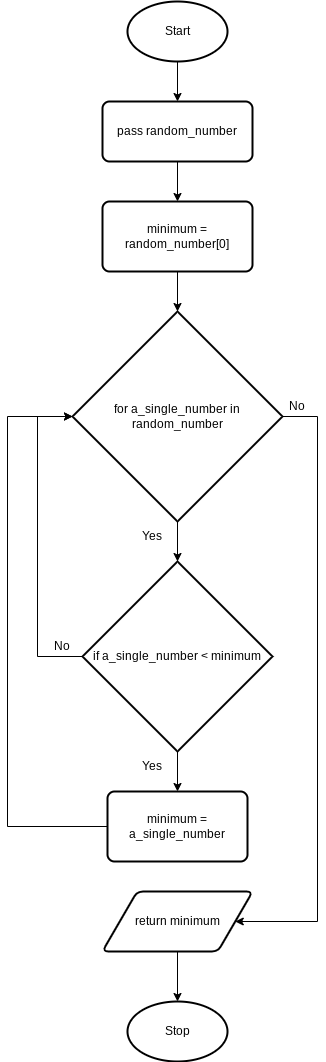
Yiyun-Qin/ICS3U-Unit6-03-Python keeps this draw.io diagram as design.minimum.flowchart.png. Above is the earlier version. Source tidied: cells renumbered, new cells last; positions are measured from the earlier drawing's top-left corner, leaving out a move shared by most shapes. Its diagram source:
```xml
<mxGraphModel>
  <root>
    <mxCell id="0" />
    <mxCell id="1" parent="0" />
    <mxCell id="2" style="edgeStyle=none;html=1;exitX=0.5;exitY=1;exitDx=0;exitDy=0;exitPerimeter=0;entryX=0.5;entryY=0;entryDx=0;entryDy=0;" parent="1" edge="1" source="3" target="6">
      <mxGeometry relative="1" as="geometry" />
    </mxCell>
    <mxCell id="3" value="Start" style="strokeWidth=2;html=1;shape=mxgraph.flowchart.start_1;whiteSpace=wrap;" parent="1" vertex="1">
      <mxGeometry x="120" width="100" height="60" as="geometry" />
    </mxCell>
    <mxCell id="4" value="Stop" style="strokeWidth=2;html=1;shape=mxgraph.flowchart.start_1;whiteSpace=wrap;" parent="1" vertex="1">
      <mxGeometry x="120" y="1000" width="100" height="60" as="geometry" />
    </mxCell>
    <mxCell id="5" style="edgeStyle=none;html=1;exitX=0.5;exitY=1;exitDx=0;exitDy=0;entryX=0.5;entryY=0;entryDx=0;entryDy=0;" parent="1" edge="1" source="6" target="8">
      <mxGeometry relative="1" as="geometry" />
    </mxCell>
    <mxCell id="6" value="pass random_number" style="rounded=1;whiteSpace=wrap;html=1;absoluteArcSize=1;arcSize=14;strokeWidth=2;" parent="1" vertex="1">
      <mxGeometry x="95" y="100" width="150" height="60" as="geometry" />
    </mxCell>
    <mxCell id="7" style="edgeStyle=none;html=1;exitX=0.5;exitY=1;exitDx=0;exitDy=0;entryX=0.5;entryY=0;entryDx=0;entryDy=0;entryPerimeter=0;" parent="1" edge="1" source="8" target="11">
      <mxGeometry relative="1" as="geometry" />
    </mxCell>
    <mxCell id="8" value="minimum = random_number[0]" style="rounded=1;whiteSpace=wrap;html=1;absoluteArcSize=1;arcSize=14;strokeWidth=2;" parent="1" vertex="1">
      <mxGeometry x="95" y="200" width="150" height="70" as="geometry" />
    </mxCell>
    <mxCell id="9" style="edgeStyle=none;html=1;exitX=0.5;exitY=1;exitDx=0;exitDy=0;exitPerimeter=0;entryX=0.5;entryY=0;entryDx=0;entryDy=0;entryPerimeter=0;" parent="1" edge="1" source="11" target="14">
      <mxGeometry relative="1" as="geometry" />
    </mxCell>
    <mxCell id="10" style="edgeStyle=orthogonalEdgeStyle;rounded=0;html=1;exitX=1;exitY=0.5;exitDx=0;exitDy=0;exitPerimeter=0;entryX=1;entryY=0.5;entryDx=0;entryDy=0;" parent="1" edge="1" source="11" target="21">
      <mxGeometry relative="1" as="geometry">
        <Array as="points">
          <mxPoint x="310" y="415" />
          <mxPoint x="310" y="920" />
        </Array>
      </mxGeometry>
    </mxCell>
    <mxCell id="11" value="for a_single_number in random_number" style="strokeWidth=2;html=1;shape=mxgraph.flowchart.decision;whiteSpace=wrap;" parent="1" vertex="1">
      <mxGeometry x="65" y="310" width="210" height="210" as="geometry" />
    </mxCell>
    <mxCell id="12" style="edgeStyle=none;html=1;exitX=0.5;exitY=1;exitDx=0;exitDy=0;exitPerimeter=0;entryX=0.5;entryY=0;entryDx=0;entryDy=0;" parent="1" edge="1" source="14" target="16">
      <mxGeometry relative="1" as="geometry" />
    </mxCell>
    <mxCell id="13" style="edgeStyle=orthogonalEdgeStyle;html=1;exitX=0;exitY=0.5;exitDx=0;exitDy=0;exitPerimeter=0;entryX=0;entryY=0.5;entryDx=0;entryDy=0;entryPerimeter=0;rounded=0;" parent="1" edge="1" source="14" target="11">
      <mxGeometry relative="1" as="geometry">
        <Array as="points">
          <mxPoint x="30" y="655" />
          <mxPoint x="30" y="415" />
        </Array>
      </mxGeometry>
    </mxCell>
    <mxCell id="14" value="if a_single_number &amp;lt; minimum" style="strokeWidth=2;html=1;shape=mxgraph.flowchart.decision;whiteSpace=wrap;" parent="1" vertex="1">
      <mxGeometry x="75" y="560" width="190" height="190" as="geometry" />
    </mxCell>
    <mxCell id="15" style="edgeStyle=orthogonalEdgeStyle;rounded=0;html=1;exitX=0;exitY=0.5;exitDx=0;exitDy=0;entryX=0;entryY=0.5;entryDx=0;entryDy=0;entryPerimeter=0;" parent="1" edge="1" source="16" target="11">
      <mxGeometry relative="1" as="geometry">
        <Array as="points">
          <mxPoint y="825" />
          <mxPoint y="415" />
        </Array>
      </mxGeometry>
    </mxCell>
    <mxCell id="16" value="minimum = a_single_number" style="rounded=1;whiteSpace=wrap;html=1;absoluteArcSize=1;arcSize=14;strokeWidth=2;" parent="1" vertex="1">
      <mxGeometry x="100" y="790" width="140" height="70" as="geometry" />
    </mxCell>
    <mxCell id="17" value="Yes" style="text;html=1;strokeColor=none;fillColor=none;align=center;verticalAlign=middle;whiteSpace=wrap;rounded=0;" parent="1" vertex="1">
      <mxGeometry x="120" y="520" width="50" height="30" as="geometry" />
    </mxCell>
    <mxCell id="18" value="Yes" style="text;html=1;strokeColor=none;fillColor=none;align=center;verticalAlign=middle;whiteSpace=wrap;rounded=0;" parent="1" vertex="1">
      <mxGeometry x="120" y="750" width="50" height="30" as="geometry" />
    </mxCell>
    <mxCell id="19" value="No" style="text;html=1;strokeColor=none;fillColor=none;align=center;verticalAlign=middle;whiteSpace=wrap;rounded=0;" parent="1" vertex="1">
      <mxGeometry x="30" y="630" width="50" height="30" as="geometry" />
    </mxCell>
    <mxCell id="20" style="edgeStyle=orthogonalEdgeStyle;rounded=0;html=1;exitX=0.5;exitY=1;exitDx=0;exitDy=0;entryX=0.5;entryY=0;entryDx=0;entryDy=0;entryPerimeter=0;" parent="1" edge="1" source="21" target="4">
      <mxGeometry relative="1" as="geometry" />
    </mxCell>
    <mxCell id="21" value="return minimum" style="shape=parallelogram;html=1;strokeWidth=2;perimeter=parallelogramPerimeter;whiteSpace=wrap;rounded=1;arcSize=12;size=0.23;" parent="1" vertex="1">
      <mxGeometry x="95" y="890" width="150" height="60" as="geometry" />
    </mxCell>
    <mxCell id="22" value="No" style="text;html=1;strokeColor=none;fillColor=none;align=center;verticalAlign=middle;whiteSpace=wrap;rounded=0;" parent="1" vertex="1">
      <mxGeometry x="265" y="390" width="50" height="30" as="geometry" />
    </mxCell>
  </root>
</mxGraphModel>
```
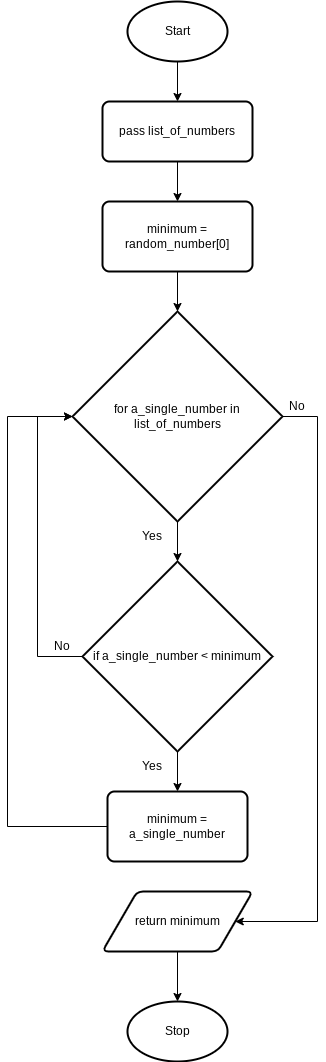
Above is the later version.

The edit, as a diff of the source:
```diff
@@ -14,7 +14,7 @@
     <mxCell id="5" style="edgeStyle=none;html=1;exitX=0.5;exitY=1;exitDx=0;exitDy=0;entryX=0.5;entryY=0;entryDx=0;entryDy=0;" parent="1" edge="1" source="6" target="8">
       <mxGeometry relative="1" as="geometry" />
     </mxCell>
-    <mxCell id="6" value="pass random_number" style="rounded=1;whiteSpace=wrap;html=1;absoluteArcSize=1;arcSize=14;strokeWidth=2;" parent="1" vertex="1">
+    <mxCell id="6" value="pass list_of_numbers" style="rounded=1;whiteSpace=wrap;html=1;absoluteArcSize=1;arcSize=14;strokeWidth=2;" parent="1" vertex="1">
       <mxGeometry x="95" y="100" width="150" height="60" as="geometry" />
     </mxCell>
     <mxCell id="7" style="edgeStyle=none;html=1;exitX=0.5;exitY=1;exitDx=0;exitDy=0;entryX=0.5;entryY=0;entryDx=0;entryDy=0;entryPerimeter=0;" parent="1" edge="1" source="8" target="11">
@@ -34,7 +34,7 @@
         </Array>
       </mxGeometry>
     </mxCell>
-    <mxCell id="11" value="for a_single_number in random_number" style="strokeWidth=2;html=1;shape=mxgraph.flowchart.decision;whiteSpace=wrap;" parent="1" vertex="1">
+    <mxCell id="11" value="for a_single_number in list_of_numbers" style="strokeWidth=2;html=1;shape=mxgraph.flowchart.decision;whiteSpace=wrap;" parent="1" vertex="1">
       <mxGeometry x="65" y="310" width="210" height="210" as="geometry" />
     </mxCell>
     <mxCell id="12" style="edgeStyle=none;html=1;exitX=0.5;exitY=1;exitDx=0;exitDy=0;exitPerimeter=0;entryX=0.5;entryY=0;entryDx=0;entryDy=0;" parent="1" edge="1" source="14" target="16">
```
